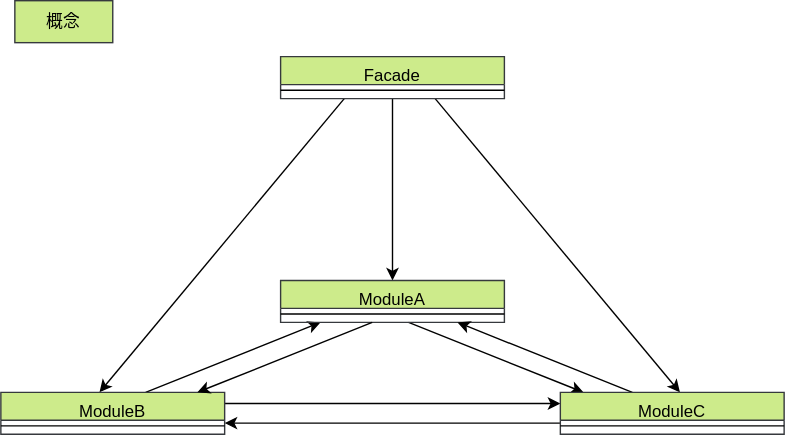
go-to-k/cdk-gof-design-pattern keeps this draw.io diagram as drawio/facade/facade_concept.drawio.svg. Above is the earlier version. Source tidied: cells renumbered, new cells last; positions are measured from the earlier drawing's top-left corner, leaving out a move shared by most shapes.
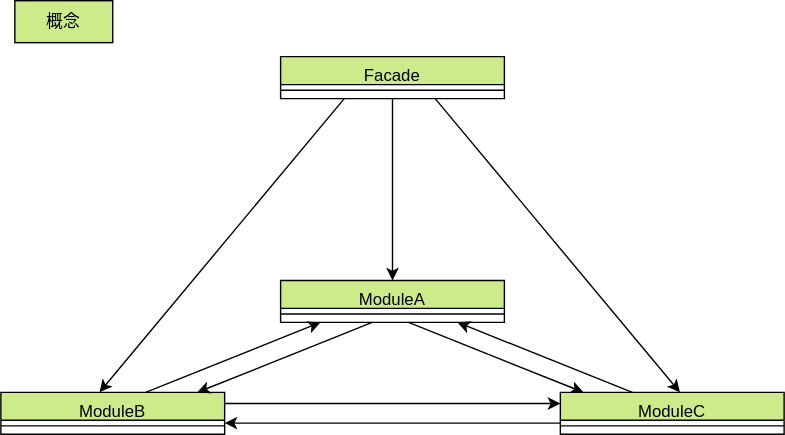
Later version of the same file.

Diff of the diagram source:
```diff
@@ -1,83 +1,83 @@
-<mxGraphModel>
+<mxGraphModel background="#ffffff">
   <root>
     <mxCell id="0" />
     <mxCell id="1" parent="0" />
-    <mxCell id="2" style="edgeStyle=none;html=1;" parent="1" edge="1">
+    <mxCell id="2" style="edgeStyle=none;html=1;strokeColor=#000000;fontColor=#000000;" parent="1" edge="1">
       <mxGeometry relative="1" as="geometry">
         <mxPoint x="245.5" y="70" as="sourcePoint" />
         <mxPoint x="70.5" y="280" as="targetPoint" />
       </mxGeometry>
     </mxCell>
-    <mxCell id="3" style="edgeStyle=none;html=1;" parent="1" edge="1" source="5" target="12">
+    <mxCell id="3" style="edgeStyle=none;html=1;strokeColor=#000000;fontColor=#000000;" parent="1" edge="1" source="5" target="12">
       <mxGeometry relative="1" as="geometry" />
     </mxCell>
-    <mxCell id="4" style="edgeStyle=none;html=1;" parent="1" edge="1">
+    <mxCell id="4" style="edgeStyle=none;html=1;strokeColor=#000000;fontColor=#000000;" parent="1" edge="1">
       <mxGeometry relative="1" as="geometry">
         <mxPoint x="310.5" y="70" as="sourcePoint" />
         <mxPoint x="485.5" y="280" as="targetPoint" />
       </mxGeometry>
     </mxCell>
-    <mxCell id="5" value="Facade" style="swimlane;fontStyle=0;align=center;verticalAlign=top;horizontal=1;startSize=20;rounded=0;shadow=0;strokeWidth=1;fillColor=#cdeb8b;strokeColor=#36393d;" parent="1" vertex="1">
+    <mxCell id="5" value="Facade" style="swimlane;fontStyle=0;align=center;verticalAlign=top;horizontal=1;startSize=20;rounded=0;shadow=0;strokeWidth=1;fillColor=#cdeb8b;strokeColor=#000000;fontColor=#000000;" parent="1" vertex="1">
       <mxGeometry x="200" y="40" width="160" height="30" as="geometry" />
     </mxCell>
-    <mxCell id="6" style="line;html=1;strokeWidth=1;align=left;verticalAlign=middle;spacingTop=-1;spacingLeft=3;spacingRight=3;labelPosition=right;" parent="5" vertex="1">
+    <mxCell id="6" style="line;html=1;strokeWidth=1;align=left;verticalAlign=middle;spacingTop=-1;spacingLeft=3;spacingRight=3;labelPosition=right;strokeColor=#000000;fontColor=#000000;" parent="5" vertex="1">
       <mxGeometry y="20" width="160" height="8" as="geometry" />
     </mxCell>
-    <mxCell id="7" style="edgeStyle=none;html=1;" parent="1" edge="1">
+    <mxCell id="7" style="edgeStyle=none;html=1;strokeColor=#000000;fontColor=#000000;" parent="1" edge="1">
       <mxGeometry relative="1" as="geometry">
         <mxPoint x="103.5" y="280" as="sourcePoint" />
         <mxPoint x="228.5" y="230" as="targetPoint" />
       </mxGeometry>
     </mxCell>
-    <mxCell id="8" style="edgeStyle=none;html=1;" parent="1" edge="1">
+    <mxCell id="8" style="edgeStyle=none;html=1;strokeColor=#000000;fontColor=#000000;" parent="1" edge="1">
       <mxGeometry relative="1" as="geometry">
         <mxPoint x="160" y="288" as="sourcePoint" />
         <mxPoint x="400" y="288" as="targetPoint" />
       </mxGeometry>
     </mxCell>
-    <mxCell id="9" value="ModuleB" style="swimlane;fontStyle=0;align=center;verticalAlign=top;horizontal=1;startSize=20;rounded=0;shadow=0;strokeWidth=1;fillColor=#cdeb8b;strokeColor=#36393d;" parent="1" vertex="1">
+    <mxCell id="9" value="ModuleB" style="swimlane;fontStyle=0;align=center;verticalAlign=top;horizontal=1;startSize=20;rounded=0;shadow=0;strokeWidth=1;fillColor=#cdeb8b;strokeColor=#000000;fontColor=#000000;" parent="1" vertex="1">
       <mxGeometry y="280" width="160" height="30" as="geometry" />
     </mxCell>
-    <mxCell id="10" style="line;html=1;strokeWidth=1;align=left;verticalAlign=middle;spacingTop=-1;spacingLeft=3;spacingRight=3;labelPosition=right;" parent="9" vertex="1">
+    <mxCell id="10" style="line;html=1;strokeWidth=1;align=left;verticalAlign=middle;spacingTop=-1;spacingLeft=3;spacingRight=3;labelPosition=right;strokeColor=#000000;fontColor=#000000;" parent="9" vertex="1">
       <mxGeometry y="20" width="160" height="8" as="geometry" />
     </mxCell>
-    <mxCell id="11" style="edgeStyle=none;html=1;" parent="1" edge="1">
+    <mxCell id="11" style="edgeStyle=none;html=1;strokeColor=#000000;fontColor=#000000;" parent="1" edge="1">
       <mxGeometry relative="1" as="geometry">
         <mxPoint x="291.5" y="230" as="sourcePoint" />
         <mxPoint x="416.5" y="280" as="targetPoint" />
       </mxGeometry>
     </mxCell>
-    <mxCell id="12" value="ModuleA" style="swimlane;fontStyle=0;align=center;verticalAlign=top;horizontal=1;startSize=20;rounded=0;shadow=0;strokeWidth=1;fillColor=#cdeb8b;strokeColor=#36393d;" parent="1" vertex="1">
+    <mxCell id="12" value="ModuleA" style="swimlane;fontStyle=0;align=center;verticalAlign=top;horizontal=1;startSize=20;rounded=0;shadow=0;strokeWidth=1;fillColor=#cdeb8b;strokeColor=#000000;fontColor=#000000;" parent="1" vertex="1">
       <mxGeometry x="200" y="200" width="160" height="30" as="geometry" />
     </mxCell>
-    <mxCell id="13" style="line;html=1;strokeWidth=1;align=left;verticalAlign=middle;spacingTop=-1;spacingLeft=3;spacingRight=3;labelPosition=right;" parent="12" vertex="1">
+    <mxCell id="13" style="line;html=1;strokeWidth=1;align=left;verticalAlign=middle;spacingTop=-1;spacingLeft=3;spacingRight=3;labelPosition=right;strokeColor=#000000;fontColor=#000000;" parent="12" vertex="1">
       <mxGeometry y="20" width="160" height="8" as="geometry" />
     </mxCell>
-    <mxCell id="14" style="edgeStyle=none;html=1;" parent="1" edge="1">
+    <mxCell id="14" style="edgeStyle=none;html=1;strokeColor=#000000;fontColor=#000000;" parent="1" edge="1">
       <mxGeometry relative="1" as="geometry">
         <mxPoint x="451.5" y="280" as="sourcePoint" />
         <mxPoint x="326.5" y="230" as="targetPoint" />
       </mxGeometry>
     </mxCell>
-    <mxCell id="15" style="edgeStyle=none;html=1;" parent="1" edge="1">
+    <mxCell id="15" style="edgeStyle=none;html=1;strokeColor=#000000;fontColor=#000000;" parent="1" edge="1">
       <mxGeometry relative="1" as="geometry">
         <mxPoint x="400" y="302" as="sourcePoint" />
         <mxPoint x="160" y="302" as="targetPoint" />
       </mxGeometry>
     </mxCell>
-    <mxCell id="16" value="ModuleC" style="swimlane;fontStyle=0;align=center;verticalAlign=top;horizontal=1;startSize=20;rounded=0;shadow=0;strokeWidth=1;fillColor=#cdeb8b;strokeColor=#36393d;" parent="1" vertex="1">
+    <mxCell id="16" value="ModuleC" style="swimlane;fontStyle=0;align=center;verticalAlign=top;horizontal=1;startSize=20;rounded=0;shadow=0;strokeWidth=1;fillColor=#cdeb8b;strokeColor=#000000;fontColor=#000000;" parent="1" vertex="1">
       <mxGeometry x="400" y="280" width="160" height="30" as="geometry" />
     </mxCell>
-    <mxCell id="17" style="line;html=1;strokeWidth=1;align=left;verticalAlign=middle;spacingTop=-1;spacingLeft=3;spacingRight=3;labelPosition=right;" parent="16" vertex="1">
+    <mxCell id="17" style="line;html=1;strokeWidth=1;align=left;verticalAlign=middle;spacingTop=-1;spacingLeft=3;spacingRight=3;labelPosition=right;strokeColor=#000000;fontColor=#000000;" parent="16" vertex="1">
       <mxGeometry y="20" width="160" height="8" as="geometry" />
     </mxCell>
-    <mxCell id="18" style="edgeStyle=none;html=1;" parent="1" edge="1">
+    <mxCell id="18" style="edgeStyle=none;html=1;strokeColor=#000000;fontColor=#000000;" parent="1" edge="1">
       <mxGeometry relative="1" as="geometry">
         <mxPoint x="265.5" y="230" as="sourcePoint" />
         <mxPoint x="140.5" y="280" as="targetPoint" />
       </mxGeometry>
     </mxCell>
-    <mxCell id="19" value="概念" style="rounded=0;whiteSpace=wrap;html=1;fillColor=#cdeb8b;strokeColor=#36393d;" parent="1" vertex="1">
+    <mxCell id="19" value="概念" style="rounded=0;whiteSpace=wrap;html=1;fillColor=#cdeb8b;strokeColor=#000000;fontColor=#000000;" parent="1" vertex="1">
       <mxGeometry x="10" width="70" height="30" as="geometry" />
     </mxCell>
   </root>
```
